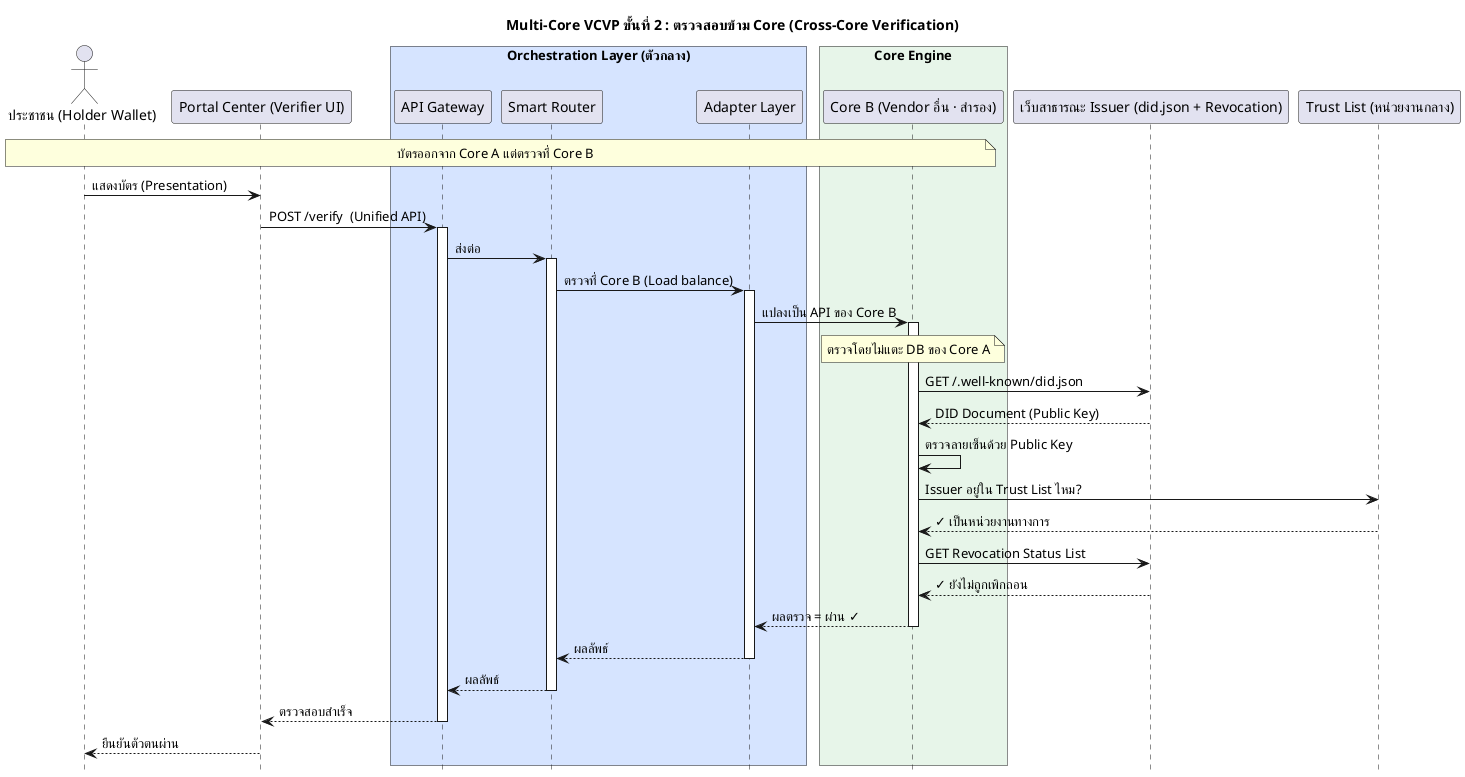
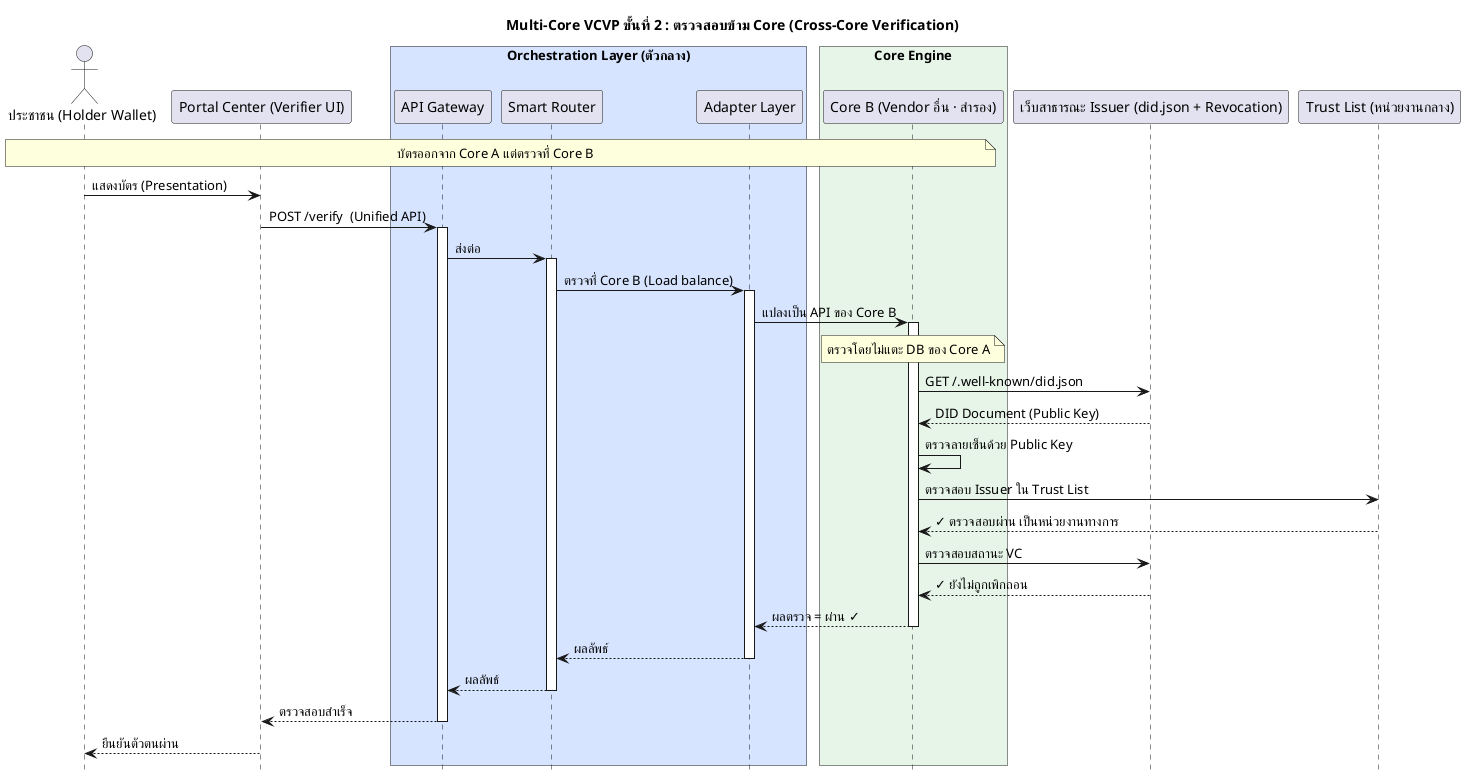
@startuml
hide footbox

title Multi-Core VCVP ขั้นที่ 2 : ตรวจสอบข้าม Core (Cross-Core Verification)

actor "ประชาชน (Holder Wallet)" as Holder
participant "Portal Center (Verifier UI)" as Portal

box "Orchestration Layer (ตัวกลาง)" #d6e4ff
participant "API Gateway" as GW
participant "Smart Router" as Router
participant "Adapter Layer" as Adapter
end box

box "Core Engine" #e7f5e9
participant "Core B (Vendor อื่น · สำรอง)" as CoreB
end box

participant "เว็บสาธารณะ Issuer (did.json + Revocation)" as IssuerWeb
participant "Trust List (หน่วยงานกลาง)" as Trust

note over Holder,CoreB: บัตรออกจาก Core A แต่ตรวจที่ Core B
Holder->Portal: แสดงบัตร (Presentation)
Portal->GW: POST /verify  (Unified API)
activate GW
GW->Router: ส่งต่อ
activate Router
Router->Adapter: ตรวจที่ Core B (Load balance)
activate Adapter
Adapter->CoreB: แปลงเป็น API ของ Core B
activate CoreB
note over CoreB: ตรวจโดยไม่แตะ DB ของ Core A
CoreB->IssuerWeb: GET /.well-known/did.json
IssuerWeb-->CoreB: DID Document (Public Key)
CoreB->CoreB: ตรวจลายเซ็นด้วย Public Key
- CoreB->Trust: Issuer อยู่ใน Trust List ไหม?
- Trust-->CoreB: ✓ เป็นหน่วยงานทางการ
- CoreB->IssuerWeb: GET Revocation Status List
+ CoreB->Trust: ตรวจสอบ Issuer ใน Trust List
+ Trust-->CoreB: ✓ ตรวจสอบผ่าน เป็นหน่วยงานทางการ
+ CoreB->IssuerWeb: ตรวจสอบสถานะ VC
IssuerWeb-->CoreB: ✓ ยังไม่ถูกเพิกถอน
CoreB-->Adapter: ผลตรวจ = ผ่าน ✓
deactivate CoreB
Adapter-->Router: ผลลัพธ์
deactivate Adapter
Router-->GW: ผลลัพธ์
deactivate Router
GW-->Portal: ตรวจสอบสำเร็จ
deactivate GW
Portal-->Holder: ยืนยันตัวตนผ่าน
@enduml
